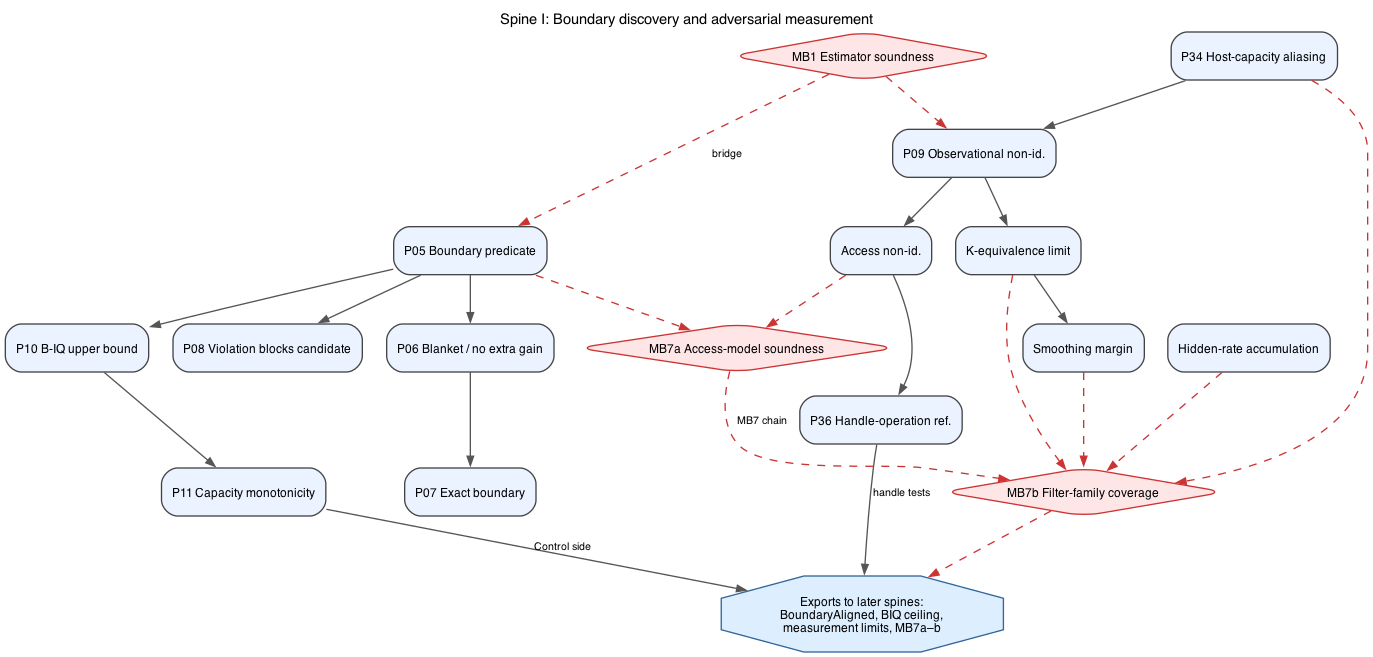
Before: figures/lean_proof/01-boundary-measurement.png, a diagram exported from Graphviz (GunnarZarncke/towards-asi-alignment). Its source is kept beside it as context/lean_proof_graphs/01-boundary-measurement.dot. Its diagram source:
```dot
digraph Spine01BoundaryMeasurement {
  graph [
    rankdir=TB,
    bgcolor="white",
    splines=true,
    overlap=false,
    fontsize=11,
    fontname="Helvetica",
    label="Spine I: Boundary discovery and adversarial measurement",
    labelloc="t"
  ];
  node [shape=box, style="rounded,filled", fontname="Helvetica", fontsize=9, color="#444444"];
  edge [fontname="Helvetica", fontsize=8, color="#555555", arrowsize=0.7];

  P05 [label="P05 Boundary predicate", fillcolor="#EAF3FF"];
  P06 [label="P06 Blanket / no extra gain", fillcolor="#EAF3FF"];
  P07 [label="P07 Exact boundary", fillcolor="#EAF3FF"];
  P08 [label="P08 Violation blocks candidate", fillcolor="#EAF3FF"];
  P09 [label="P09 Observational non-id.", fillcolor="#EAF3FF"];
  P09A [label="Access non-id.", fillcolor="#EAF3FF"];
  P09K [label="K-equivalence limit", fillcolor="#EAF3FF"];
  P36 [label="P36 Handle-operation ref.", fillcolor="#EAF3FF"];
  P36M [label="Smoothing margin", fillcolor="#EAF3FF"];
  P10 [label="P10 B-IQ upper bound", fillcolor="#EAF3FF"];
  P11 [label="P11 Capacity monotonicity", fillcolor="#EAF3FF"];
  P34 [label="P34 Host-capacity aliasing", fillcolor="#EAF3FF"];
  P43H [label="Hidden-rate accumulation", fillcolor="#EAF3FF"];

  MB1 [shape=diamond, fillcolor="#FFE6E6", color="#CC3333", label="MB1 Estimator soundness"];
  MB7a [shape=diamond, fillcolor="#FFE6E6", color="#CC3333", label="MB7a Access-model soundness"];
  MB7b [shape=diamond, fillcolor="#FFE6E6", color="#CC3333", label="MB7b Filter-family coverage"];

  OUT [shape=octagon, style="filled", fillcolor="#DDEEFF", color="#336699",
       label="Exports to later spines:\nBoundaryAligned, BIQ ceiling,\nmeasurement limits, MB7a–b"];

  P05 -> P06 -> P07;
  P05 -> P08;
  P05 -> P10 -> P11;
  P09 -> P09A -> P36;
  P09 -> P09K -> P36M;
  P34 -> P09;

  MB1 -> P05 [style=dashed, color="#CC3333", label="bridge"];
  MB1 -> P09 [style=dashed, color="#CC3333"];
  P05 -> MB7a [style=dashed, color="#CC3333"];
  P09A -> MB7a [style=dashed, color="#CC3333"];
  MB7a -> MB7b [style=dashed, color="#CC3333", label="MB7 chain"];
  P09K -> MB7b [style=dashed, color="#CC3333"];
  P36M -> MB7b [style=dashed, color="#CC3333"];
  P34 -> MB7b [style=dashed, color="#CC3333"];
  P43H -> MB7b [style=dashed, color="#CC3333"];

  P11 -> OUT [label="Control side"];
  MB7b -> OUT [style=dashed, color="#CC3333"];
  P36 -> OUT [label="handle tests"];
}
```
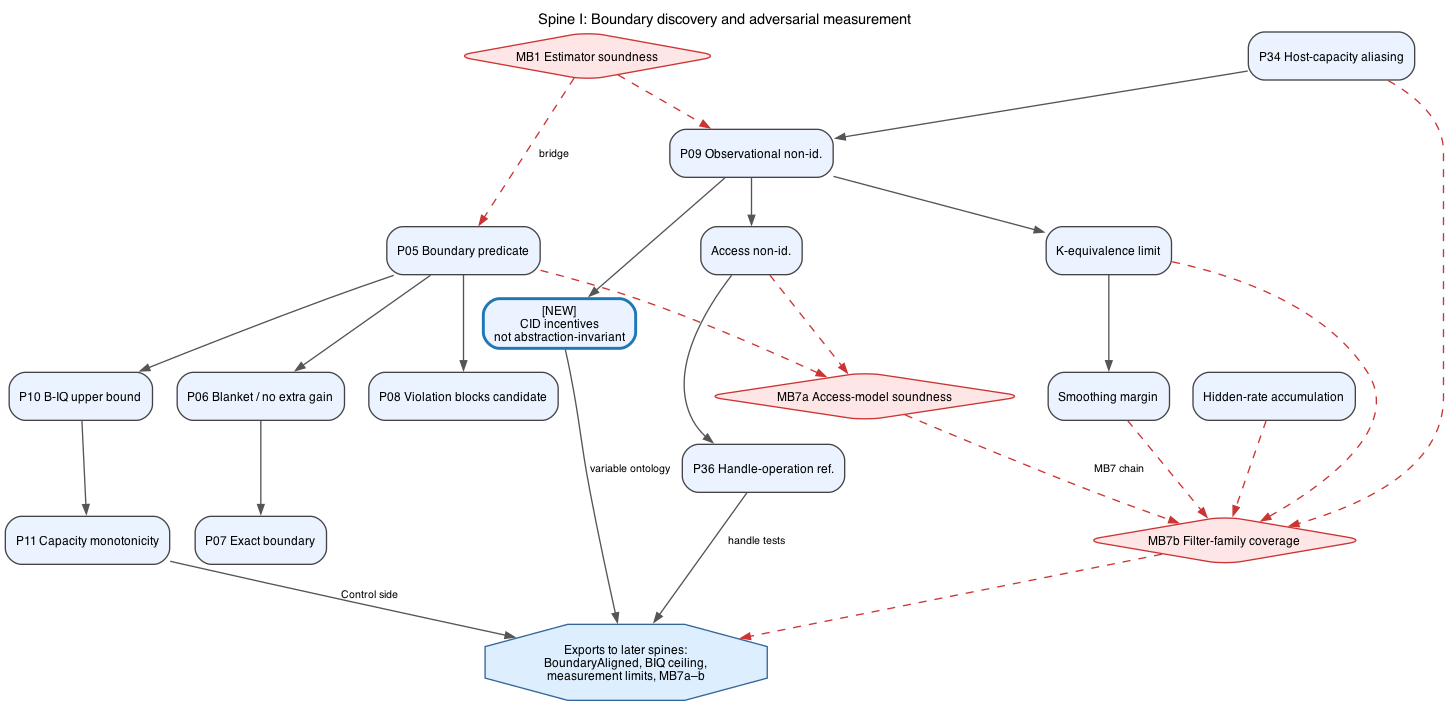
Above is the later version.

What changed in the source:
```diff
@@ -18,6 +18,7 @@
   P08 [label="P08 Violation blocks candidate", fillcolor="#EAF3FF"];
   P09 [label="P09 Observational non-id.", fillcolor="#EAF3FF"];
   P09A [label="Access non-id.", fillcolor="#EAF3FF"];
+  PCID [label="[NEW]\nCID incentives\nnot abstraction-invariant", fillcolor="#EAF3FF", color="#1F77B4", penwidth=2.2];
   P09K [label="K-equivalence limit", fillcolor="#EAF3FF"];
   P36 [label="P36 Handle-operation ref.", fillcolor="#EAF3FF"];
   P36M [label="Smoothing margin", fillcolor="#EAF3FF"];
@@ -37,6 +38,7 @@
   P05 -> P08;
   P05 -> P10 -> P11;
   P09 -> P09A -> P36;
+  P09 -> PCID;
   P09 -> P09K -> P36M;
   P34 -> P09;
 
@@ -53,4 +55,5 @@
   P11 -> OUT [label="Control side"];
   MB7b -> OUT [style=dashed, color="#CC3333"];
   P36 -> OUT [label="handle tests"];
+  PCID -> OUT [label="variable ontology"];
 }
```
